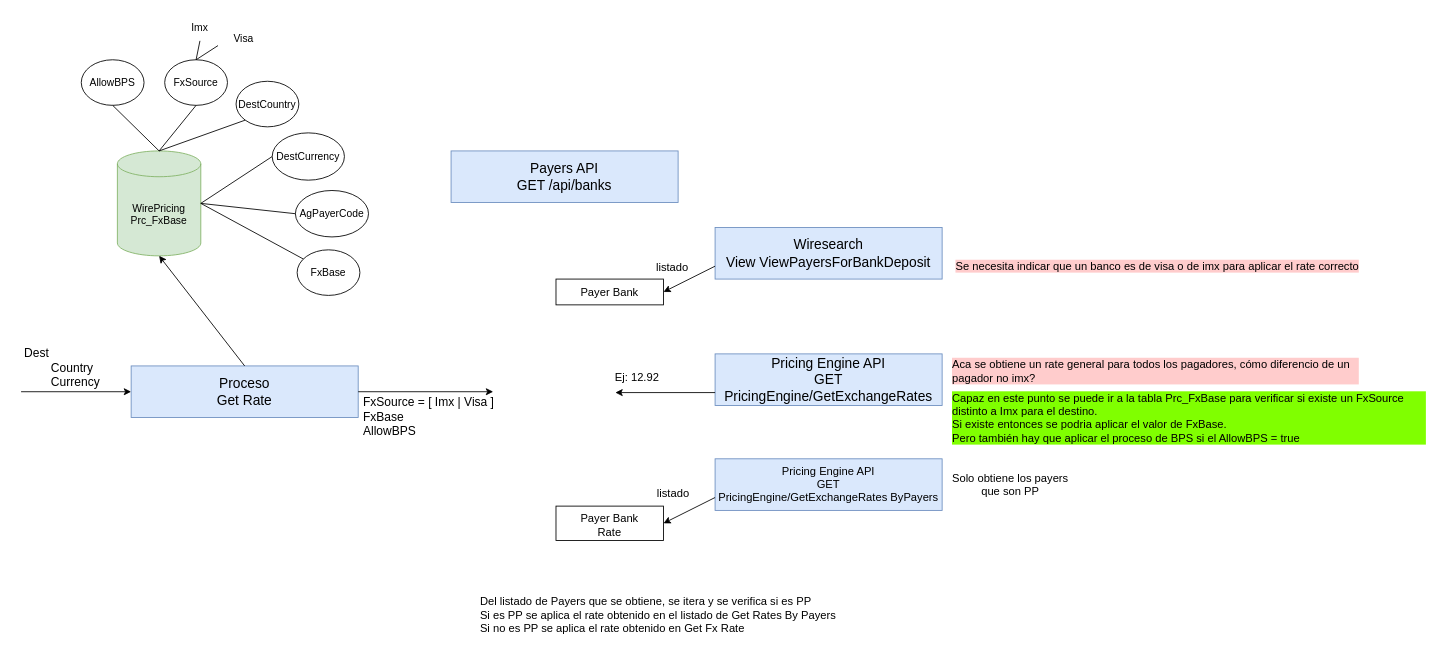
Earlier version of the draw.io diagram page "Página-2" (2 of 2) of Pricing Engine.drawio (notariopablomarcelo/intermex). Source tidied: cells renumbered, new cells numbered last; positions are measured from the earlier drawing's top-left corner, leaving out a move shared by most shapes. Both pictures are drawn from the tidied source at 86%, with x=0, y=0 at pixel (21, 15).
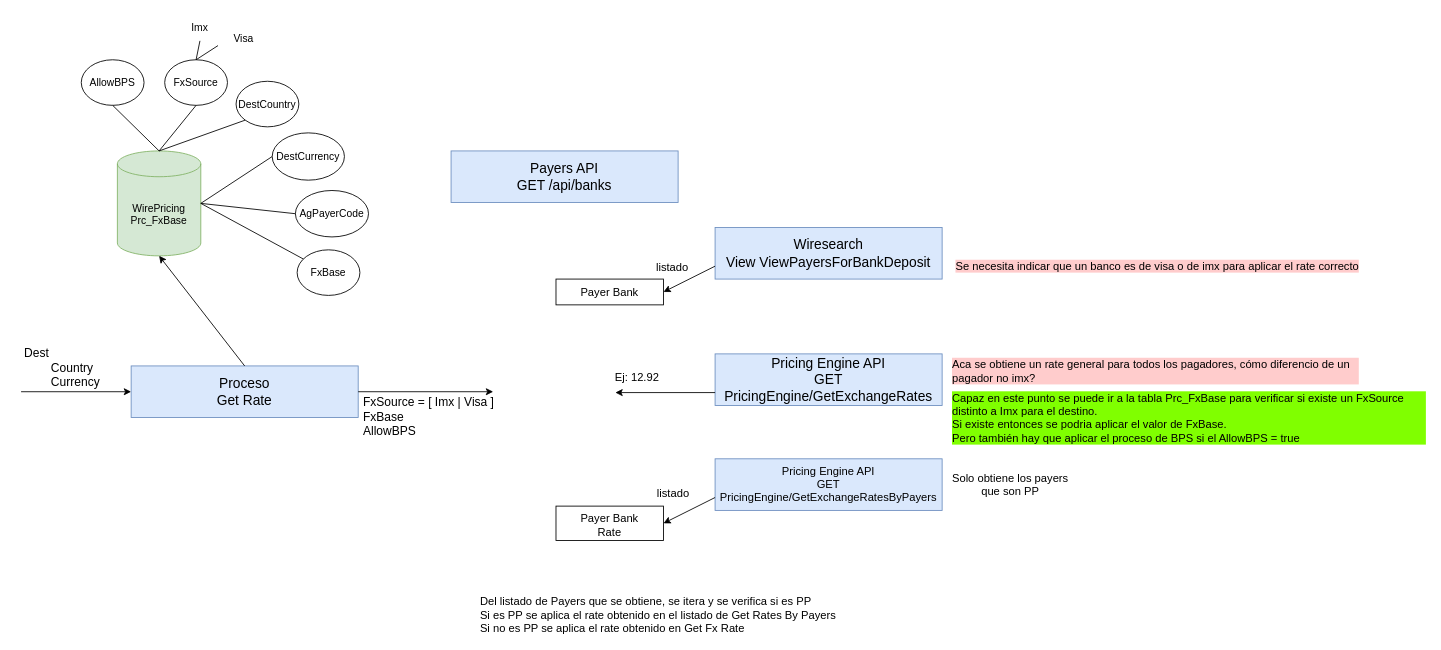
Above is the later version.

The edit, as a diff of the source:
```diff
@@
-    <mxCell id="8" value="Pricing Engine API&lt;br style=&quot;font-size: 13px;&quot;&gt;GET&lt;br style=&quot;font-size: 13px;&quot;&gt;PricingEngine/GetExchangeRates ByPayers" style="rounded=0;whiteSpace=wrap;html=1;fontSize=13;fillColor=#dae8fc;strokeColor=#6c8ebf;" parent="1" vertex="1">
+    <mxCell id="8" value="Pricing Engine API&lt;br style=&quot;font-size: 13px;&quot;&gt;GET&lt;br style=&quot;font-size: 13px;&quot;&gt;PricingEngine/GetExchangeRatesByPayers" style="rounded=0;whiteSpace=wrap;html=1;fontSize=13;fillColor=#dae8fc;strokeColor=#6c8ebf;" parent="1" vertex="1">
       <mxGeometry x="807" y="516" width="264" height="60" as="geometry" />
     </mxCell>
```
